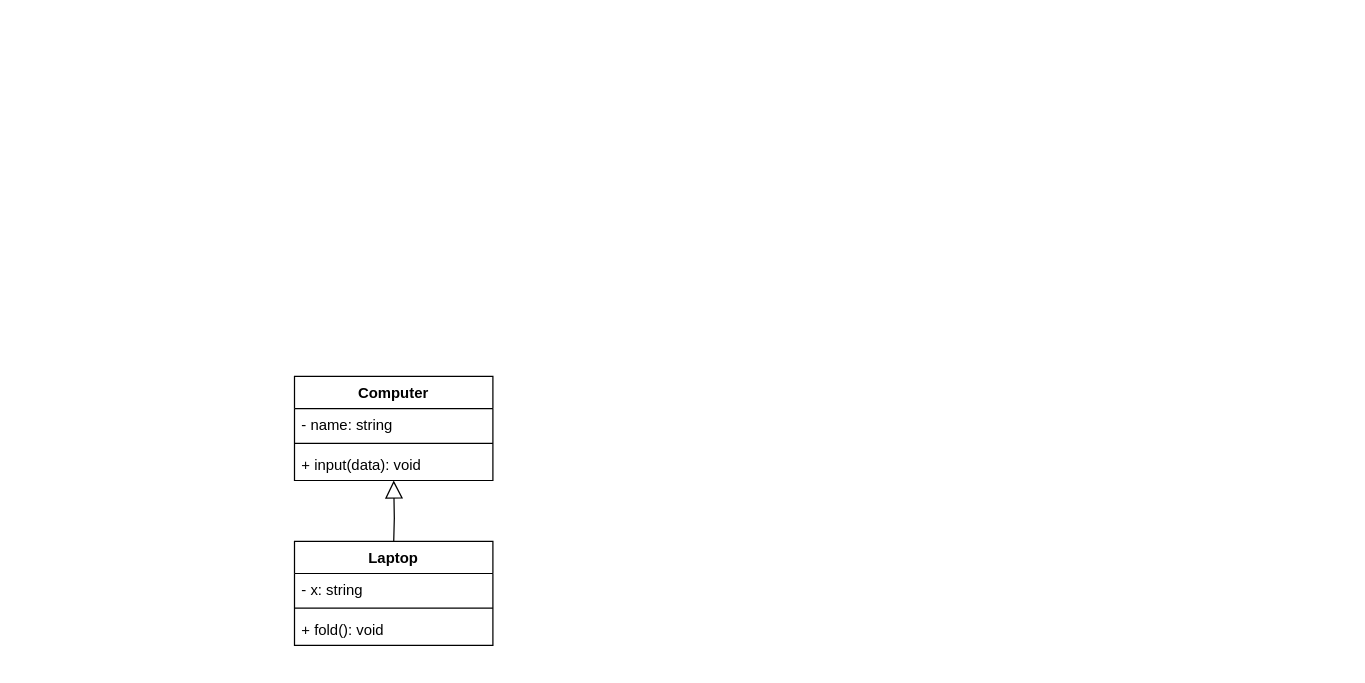
Above: Design.drawio in sarahannie/BC13-SOLID (draw.io), before the change. Source tidied: cells renumbered, new cells numbered last; positions are measured from the earlier drawing's top-left corner, leaving out a move shared by most shapes. Both pictures are drawn from the tidied source at 124%, with x=0, y=0 at pixel (294, 376).
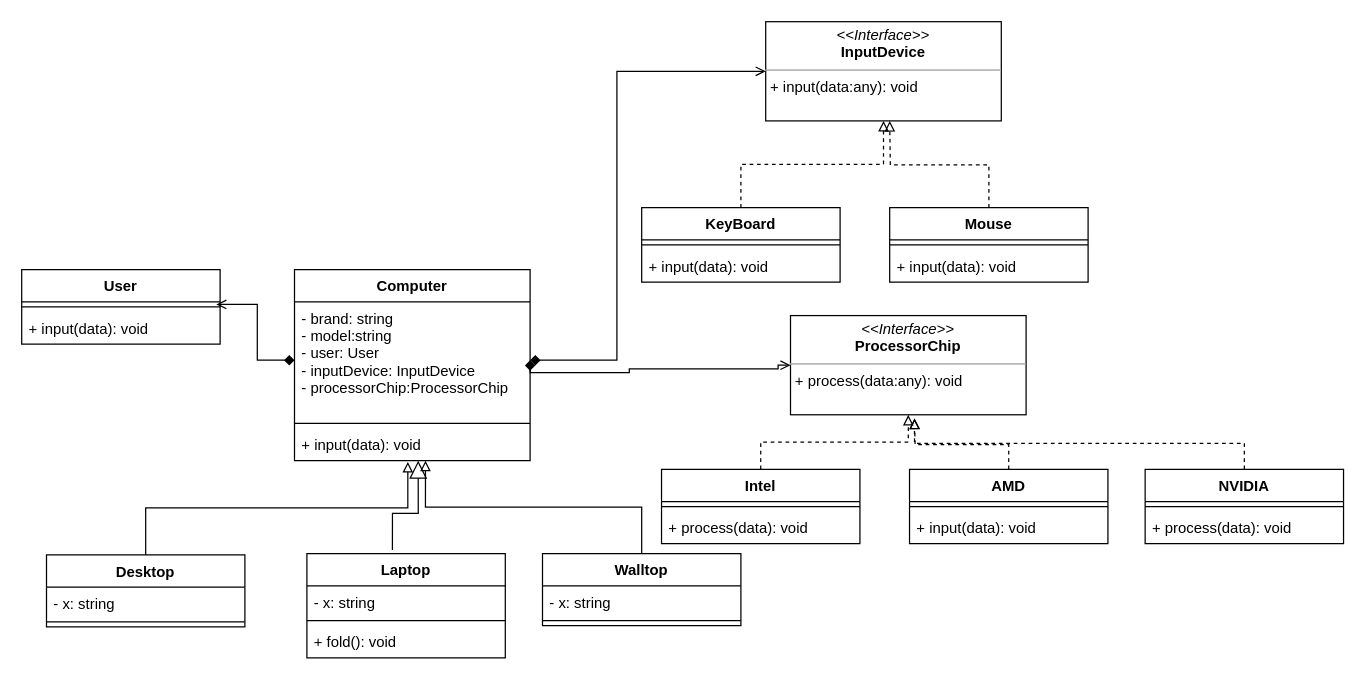
Above is the later version.

Change to the diagram source:
```diff
@@
     <mxCell id="2" value="Computer" style="swimlane;fontStyle=1;align=center;verticalAlign=top;horizontal=1;startSize=26;" parent="1" vertex="1">
-      <mxGeometry width="160" height="84" as="geometry" />
+      <mxGeometry y="-86" width="190" height="154" as="geometry" />
     </mxCell>
-    <mxCell id="3" value="- name: string&#10;" style="text;strokeColor=none;fillColor=none;align=left;verticalAlign=top;spacingLeft=4;spacingRight=4;overflow=hidden;points=[[0,0.5],[1,0.5]];portConstraint=eastwest;" parent="2" vertex="1">
-      <mxGeometry y="26" width="160" height="24" as="geometry" />
+    <mxCell id="3" value="- brand: string&#10;- model:string&#10;- user: User&#10;- inputDevice: InputDevice&#10;- processorChip:ProcessorChip" style="text;strokeColor=none;fillColor=none;align=left;verticalAlign=top;spacingLeft=4;spacingRight=4;overflow=hidden;points=[[0,0.5],[1,0.5]];portConstraint=eastwest;" parent="2" vertex="1">
+      <mxGeometry y="26" width="190" height="94" as="geometry" />
     </mxCell>
     <mxCell id="4" style="line;strokeWidth=1;fillColor=none;align=left;verticalAlign=middle;spacingTop=-1;spacingLeft=3;spacingRight=3;labelPosition=right;" parent="2" vertex="1">
-      <mxGeometry y="50" width="160" height="8" as="geometry" />
+      <mxGeometry y="120" width="190" height="8" as="geometry" />
     </mxCell>
     <mxCell id="5" value="+ input(data): void" style="text;strokeColor=none;fillColor=none;align=left;verticalAlign=top;spacingLeft=4;spacingRight=4;overflow=hidden;points=[[0,0.5],[1,0.5]];portConstraint=eastwest;" parent="2" vertex="1">
-      <mxGeometry y="58" width="160" height="26" as="geometry" />
+      <mxGeometry y="128" width="190" height="26" as="geometry" />
     </mxCell>
-    <mxCell id="6" style="edgeStyle=orthogonalEdgeStyle;rounded=0;orthogonalLoop=1;jettySize=auto;html=1;endArrow=block;endFill=0;endSize=12;" parent="1" edge="1">
-      <mxGeometry relative="1" as="geometry">
-        <mxPoint x="80" y="134" as="sourcePoint" />
-        <mxPoint x="80" y="84" as="targetPoint" />
-      </mxGeometry>
+    <mxCell id="6" style="edgeStyle=orthogonalEdgeStyle;rounded=0;jettySize=auto;html=1;endArrow=block;endFill=0;endSize=12;exitX=0.431;exitY=-0.036;exitDx=0;exitDy=0;exitPerimeter=0;entryX=0.525;entryY=1;entryDx=0;entryDy=0;entryPerimeter=0;" parent="1" edge="1" source="12" target="5">
+      <mxGeometry relative="1" as="geometry" />
     </mxCell>
+    <mxCell id="11" style="edgeStyle=orthogonalEdgeStyle;rounded=0;jettySize=auto;html=1;entryX=0.481;entryY=1.038;entryDx=0;entryDy=0;entryPerimeter=0;endArrow=block;endFill=0;" parent="1" edge="1" source="7" target="5">
+      <mxGeometry relative="1" as="geometry" />
+    </mxCell>
-    <mxCell id="7" value="Laptop" style="swimlane;fontStyle=1;align=center;verticalAlign=top;horizontal=1;startSize=26;" parent="1" vertex="1">
-      <mxGeometry y="133" width="160" height="84" as="geometry" />
+    <mxCell id="7" value="Desktop" style="swimlane;fontStyle=1;align=center;verticalAlign=top;horizontal=1;startSize=26;" parent="1" vertex="1">
+      <mxGeometry x="-200" y="144" width="160" height="58" as="geometry" />
     </mxCell>
@@
+    <mxCell id="12" value="Laptop" style="swimlane;fontStyle=1;align=center;verticalAlign=top;horizontal=1;startSize=26;" parent="1" vertex="1">
+      <mxGeometry x="10" y="143" width="160" height="84" as="geometry" />
+    </mxCell>
+    <mxCell id="13" value="- x: string&#10;" style="text;strokeColor=none;fillColor=none;align=left;verticalAlign=top;spacingLeft=4;spacingRight=4;overflow=hidden;" parent="12" vertex="1">
+      <mxGeometry y="26" width="160" height="24" as="geometry" />
+    </mxCell>
+    <mxCell id="14" style="line;strokeWidth=1;fillColor=none;align=left;verticalAlign=middle;spacingTop=-1;spacingLeft=3;spacingRight=3;labelPosition=right;" parent="12" vertex="1">
+      <mxGeometry y="50" width="160" height="8" as="geometry" />
+    </mxCell>
-    <mxCell id="10" value="+ fold(): void" style="text;strokeColor=none;fillColor=none;align=left;verticalAlign=top;spacingLeft=4;spacingRight=4;overflow=hidden;" parent="7" vertex="1">
+    <mxCell id="10" value="+ fold(): void" style="text;strokeColor=none;fillColor=none;align=left;verticalAlign=top;spacingLeft=4;spacingRight=4;overflow=hidden;" parent="12" vertex="1">
       <mxGeometry y="58" width="160" height="26" as="geometry" />
     </mxCell>
+    <mxCell id="15" style="edgeStyle=orthogonalEdgeStyle;rounded=0;jettySize=auto;html=1;entryX=0.556;entryY=1;entryDx=0;entryDy=0;entryPerimeter=0;endArrow=block;endFill=0;" parent="1" edge="1" source="16" target="5">
+      <mxGeometry relative="1" as="geometry" />
+    </mxCell>
+    <mxCell id="16" value="Walltop" style="swimlane;fontStyle=1;align=center;verticalAlign=top;horizontal=1;startSize=26;" parent="1" vertex="1">
+      <mxGeometry x="200" y="143" width="160" height="58" as="geometry" />
+    </mxCell>
+    <mxCell id="17" value="- x: string&#10;" style="text;strokeColor=none;fillColor=none;align=left;verticalAlign=top;spacingLeft=4;spacingRight=4;overflow=hidden;" parent="16" vertex="1">
+      <mxGeometry y="26" width="160" height="24" as="geometry" />
+    </mxCell>
+    <mxCell id="18" style="line;strokeWidth=1;fillColor=none;align=left;verticalAlign=middle;spacingTop=-1;spacingLeft=3;spacingRight=3;labelPosition=right;" parent="16" vertex="1">
+      <mxGeometry y="50" width="160" height="8" as="geometry" />
+    </mxCell>
+    <mxCell id="19" style="edgeStyle=orthogonalEdgeStyle;rounded=0;jettySize=auto;html=1;entryX=0.5;entryY=1;entryDx=0;entryDy=0;startArrow=none;startFill=0;endArrow=block;endFill=0;dashed=1;" parent="1" edge="1" source="20" target="31">
+      <mxGeometry relative="1" as="geometry" />
+    </mxCell>
+    <mxCell id="20" value="KeyBoard" style="swimlane;fontStyle=1;align=center;verticalAlign=top;horizontal=1;startSize=26;" parent="1" vertex="1">
+      <mxGeometry x="280" y="-136" width="160" height="60" as="geometry" />
+    </mxCell>
+    <mxCell id="21" style="line;strokeWidth=1;fillColor=none;align=left;verticalAlign=middle;spacingTop=-1;spacingLeft=3;spacingRight=3;labelPosition=right;" parent="20" vertex="1">
+      <mxGeometry y="26" width="160" height="8" as="geometry" />
+    </mxCell>
+    <mxCell id="22" value="+ input(data): void" style="text;strokeColor=none;fillColor=none;align=left;verticalAlign=top;spacingLeft=4;spacingRight=4;overflow=hidden;" parent="20" vertex="1">
+      <mxGeometry y="34" width="160" height="26" as="geometry" />
+    </mxCell>
+    <mxCell id="23" style="edgeStyle=orthogonalEdgeStyle;rounded=0;jettySize=auto;html=1;dashed=1;startArrow=none;startFill=0;endArrow=block;endFill=0;" parent="1" edge="1" source="24">
+      <mxGeometry relative="1" as="geometry">
+        <mxPoint x="480" y="-206" as="targetPoint" />
+      </mxGeometry>
+    </mxCell>
+    <mxCell id="24" value="Mouse" style="swimlane;fontStyle=1;align=center;verticalAlign=top;horizontal=1;startSize=26;" parent="1" vertex="1">
+      <mxGeometry x="480" y="-136" width="160" height="60" as="geometry" />
+    </mxCell>
+    <mxCell id="25" style="line;strokeWidth=1;fillColor=none;align=left;verticalAlign=middle;spacingTop=-1;spacingLeft=3;spacingRight=3;labelPosition=right;" parent="24" vertex="1">
+      <mxGeometry y="26" width="160" height="8" as="geometry" />
+    </mxCell>
+    <mxCell id="26" value="+ input(data): void" style="text;strokeColor=none;fillColor=none;align=left;verticalAlign=top;spacingLeft=4;spacingRight=4;overflow=hidden;" parent="24" vertex="1">
+      <mxGeometry y="34" width="160" height="26" as="geometry" />
+    </mxCell>
+    <mxCell id="27" value="User" style="swimlane;fontStyle=1;align=center;verticalAlign=top;horizontal=1;startSize=26;" parent="1" vertex="1">
+      <mxGeometry x="-220" y="-86" width="160" height="60" as="geometry" />
+    </mxCell>
+    <mxCell id="28" style="line;strokeWidth=1;fillColor=none;align=left;verticalAlign=middle;spacingTop=-1;spacingLeft=3;spacingRight=3;labelPosition=right;points=[];portConstraint=eastwest;" parent="27" vertex="1">
+      <mxGeometry y="26" width="160" height="8" as="geometry" />
+    </mxCell>
+    <mxCell id="29" value="+ input(data): void" style="text;strokeColor=none;fillColor=none;align=left;verticalAlign=top;spacingLeft=4;spacingRight=4;overflow=hidden;" parent="27" vertex="1">
+      <mxGeometry y="34" width="160" height="26" as="geometry" />
+    </mxCell>
+    <mxCell id="30" style="edgeStyle=orthogonalEdgeStyle;rounded=0;jettySize=auto;html=1;entryX=0.981;entryY=0.25;entryDx=0;entryDy=0;entryPerimeter=0;startArrow=diamond;startFill=1;endArrow=open;endFill=0;" parent="1" edge="1" source="3" target="28">
+      <mxGeometry relative="1" as="geometry" />
+    </mxCell>
+    <mxCell id="31" value="&lt;p style=&quot;margin: 0px ; margin-top: 4px ; text-align: center&quot;&gt;&lt;i&gt;&amp;lt;&amp;lt;Interface&amp;gt;&amp;gt;&lt;/i&gt;&lt;br&gt;&lt;b&gt;InputDevice&lt;/b&gt;&lt;/p&gt;&lt;hr size=&quot;1&quot;&gt;&lt;p style=&quot;margin: 0px ; margin-left: 4px&quot;&gt;&lt;/p&gt;&lt;p style=&quot;margin: 0px ; margin-left: 4px&quot;&gt;+ input(data:any): void&lt;br&gt;&lt;br&gt;&lt;/p&gt;" style="verticalAlign=top;align=left;overflow=fill;fontSize=12;fontFamily=Helvetica;html=1;" parent="1" vertex="1">
+      <mxGeometry x="380" y="-286" width="190" height="80" as="geometry" />
+    </mxCell>
+    <mxCell id="32" style="edgeStyle=orthogonalEdgeStyle;rounded=0;jettySize=auto;html=1;entryX=0;entryY=0.5;entryDx=0;entryDy=0;startArrow=diamond;startFill=1;endArrow=open;endFill=0;" parent="1" edge="1" source="3" target="31">
+      <mxGeometry relative="1" as="geometry">
+        <Array as="points">
+          <mxPoint x="260" y="-13" />
+          <mxPoint x="260" y="-246" />
+        </Array>
+      </mxGeometry>
+    </mxCell>
+    <mxCell id="33" value="&lt;p style=&quot;margin: 0px ; margin-top: 4px ; text-align: center&quot;&gt;&lt;i&gt;&amp;lt;&amp;lt;Interface&amp;gt;&amp;gt;&lt;/i&gt;&lt;br&gt;&lt;b&gt;ProcessorChip&lt;/b&gt;&lt;/p&gt;&lt;hr size=&quot;1&quot;&gt;&lt;p style=&quot;margin: 0px ; margin-left: 4px&quot;&gt;&lt;/p&gt;&lt;p style=&quot;margin: 0px ; margin-left: 4px&quot;&gt;+ process(data:any): void&lt;br&gt;&lt;br&gt;&lt;/p&gt;" style="verticalAlign=top;align=left;overflow=fill;fontSize=12;fontFamily=Helvetica;html=1;" parent="1" vertex="1">
+      <mxGeometry x="400" y="-49" width="190" height="80" as="geometry" />
+    </mxCell>
+    <mxCell id="34" style="edgeStyle=orthogonalEdgeStyle;rounded=0;jettySize=auto;html=1;dashed=1;startArrow=none;startFill=0;endArrow=block;endFill=0;" parent="1" edge="1" source="35" target="33">
+      <mxGeometry relative="1" as="geometry" />
+    </mxCell>
+    <mxCell id="35" value="Intel" style="swimlane;fontStyle=1;align=center;verticalAlign=top;horizontal=1;startSize=26;" parent="1" vertex="1">
+      <mxGeometry x="296" y="75" width="160" height="60" as="geometry" />
+    </mxCell>
+    <mxCell id="36" style="line;strokeWidth=1;fillColor=none;align=left;verticalAlign=middle;spacingTop=-1;spacingLeft=3;spacingRight=3;labelPosition=right;" parent="35" vertex="1">
+      <mxGeometry y="26" width="160" height="8" as="geometry" />
+    </mxCell>
+    <mxCell id="37" value="+ process(data): void" style="text;strokeColor=none;fillColor=none;align=left;verticalAlign=top;spacingLeft=4;spacingRight=4;overflow=hidden;" parent="35" vertex="1">
+      <mxGeometry y="34" width="160" height="26" as="geometry" />
+    </mxCell>
+    <mxCell id="38" style="edgeStyle=orthogonalEdgeStyle;rounded=0;jettySize=auto;html=1;dashed=1;startArrow=none;startFill=0;endArrow=block;endFill=0;" parent="1" edge="1" source="39">
+      <mxGeometry relative="1" as="geometry">
+        <mxPoint x="500" y="34" as="targetPoint" />
+      </mxGeometry>
+    </mxCell>
+    <mxCell id="39" value="AMD" style="swimlane;fontStyle=1;align=center;verticalAlign=top;horizontal=1;startSize=26;" parent="1" vertex="1">
+      <mxGeometry x="496" y="75" width="160" height="60" as="geometry" />
+    </mxCell>
+    <mxCell id="40" style="line;strokeWidth=1;fillColor=none;align=left;verticalAlign=middle;spacingTop=-1;spacingLeft=3;spacingRight=3;labelPosition=right;" parent="39" vertex="1">
+      <mxGeometry y="26" width="160" height="8" as="geometry" />
+    </mxCell>
+    <mxCell id="41" value="+ input(data): void" style="text;strokeColor=none;fillColor=none;align=left;verticalAlign=top;spacingLeft=4;spacingRight=4;overflow=hidden;" parent="39" vertex="1">
+      <mxGeometry y="34" width="160" height="26" as="geometry" />
+    </mxCell>
+    <mxCell id="42" style="edgeStyle=orthogonalEdgeStyle;rounded=0;jettySize=auto;html=1;dashed=1;startArrow=none;startFill=0;endArrow=block;endFill=0;" parent="1" edge="1" source="43">
+      <mxGeometry relative="1" as="geometry">
+        <mxPoint x="500" y="34" as="targetPoint" />
+        <Array as="points">
+          <mxPoint x="766" y="54" />
+          <mxPoint x="500" y="54" />
+        </Array>
+      </mxGeometry>
+    </mxCell>
+    <mxCell id="43" value="NVIDIA" style="swimlane;fontStyle=1;align=center;verticalAlign=top;horizontal=1;startSize=26;" parent="1" vertex="1">
+      <mxGeometry x="686" y="75" width="160" height="60" as="geometry" />
+    </mxCell>
+    <mxCell id="44" style="line;strokeWidth=1;fillColor=none;align=left;verticalAlign=middle;spacingTop=-1;spacingLeft=3;spacingRight=3;labelPosition=right;" parent="43" vertex="1">
+      <mxGeometry y="26" width="160" height="8" as="geometry" />
+    </mxCell>
+    <mxCell id="45" value="+ process(data): void" style="text;strokeColor=none;fillColor=none;align=left;verticalAlign=top;spacingLeft=4;spacingRight=4;overflow=hidden;" parent="43" vertex="1">
+      <mxGeometry y="34" width="160" height="26" as="geometry" />
+    </mxCell>
+    <mxCell id="46" style="edgeStyle=orthogonalEdgeStyle;rounded=0;jettySize=auto;html=1;entryX=0;entryY=0.5;entryDx=0;entryDy=0;startArrow=diamond;startFill=1;endArrow=open;endFill=0;exitX=1;exitY=0.5;exitDx=0;exitDy=0;" parent="1" edge="1" source="3" target="33">
+      <mxGeometry relative="1" as="geometry">
+        <Array as="points">
+          <mxPoint x="190" y="-3" />
+          <mxPoint x="270" y="-3" />
+          <mxPoint x="270" y="-6" />
+          <mxPoint x="390" y="-6" />
+          <mxPoint x="390" y="-9" />
+        </Array>
+      </mxGeometry>
+    </mxCell>
```
